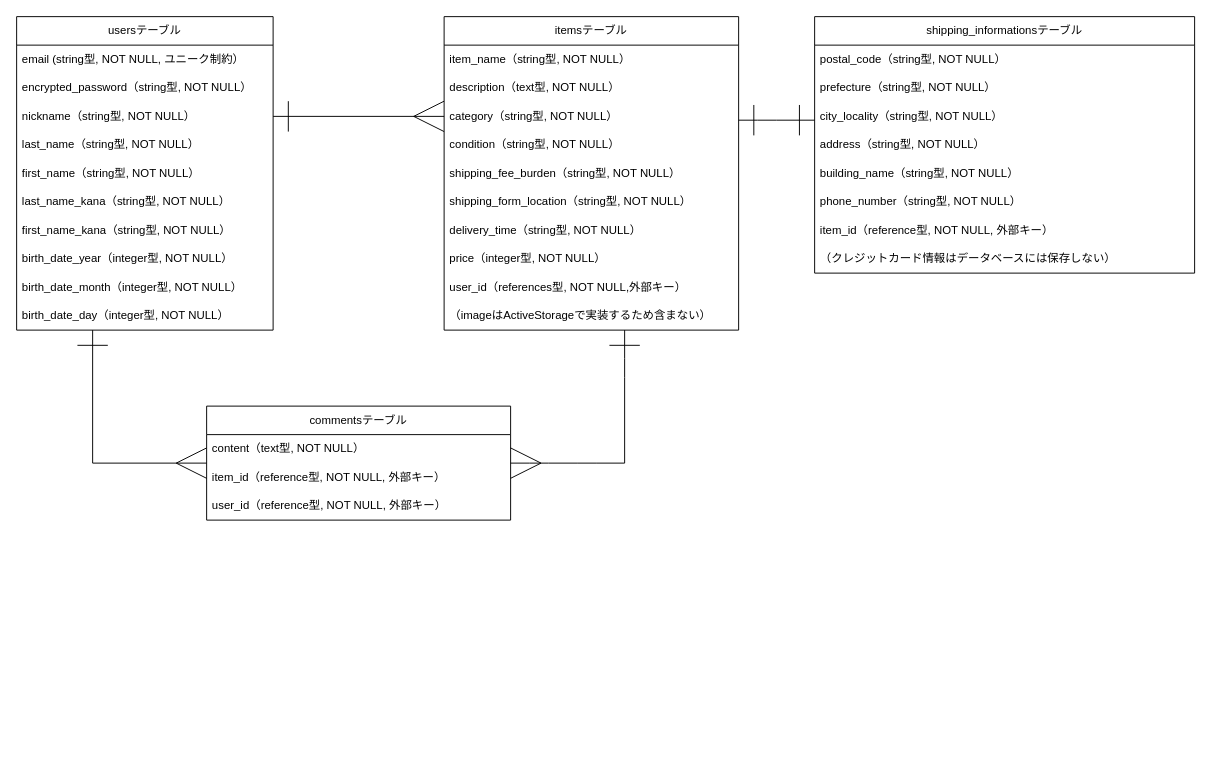
The draw.io diagram ER.dio in kakinotane77/furima-41868, before the edit. Source tidied: cells renumbered, new cells numbered last; positions are measured from the earlier drawing's top-left corner, leaving out a move shared by most shapes. Both pictures are drawn from the tidied source at 95%, with x=0, y=0 at pixel (16, 16).
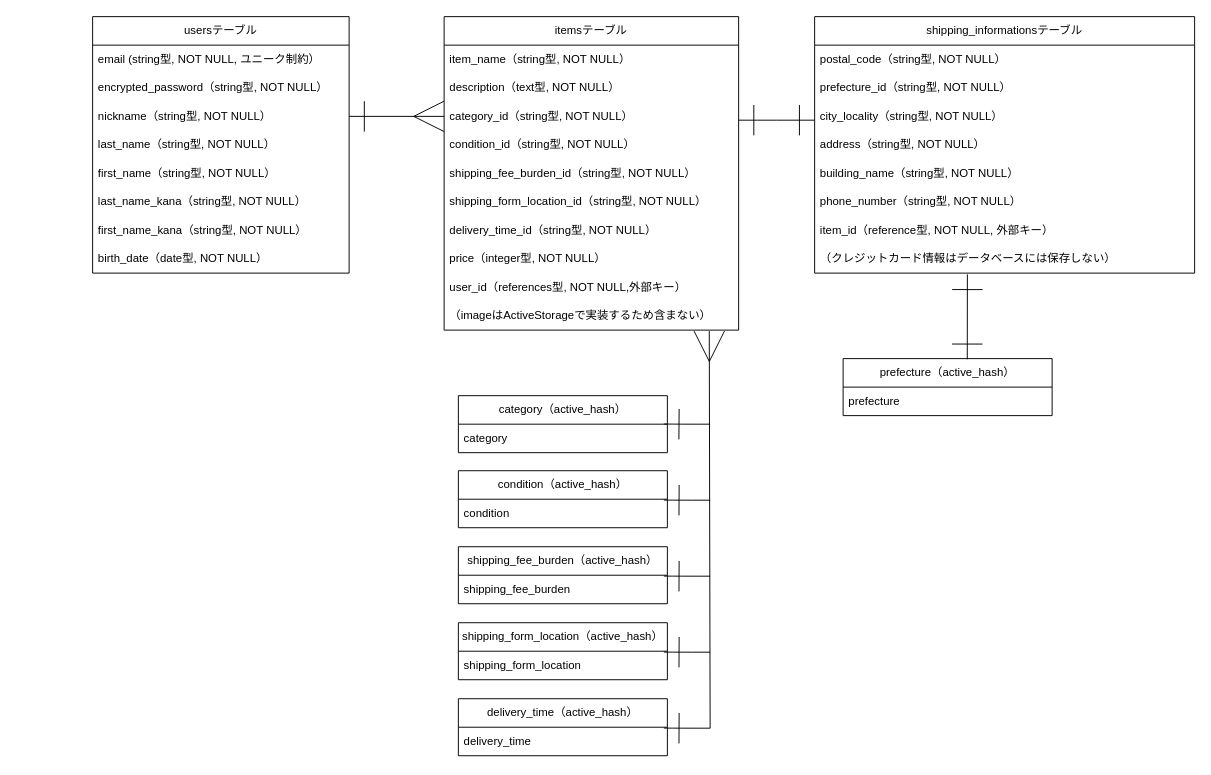
After the change.

Unchanged cells that the change refers to:
```xml
<mxCell id="13" value="itemsテーブル" style="swimlane;fontStyle=0;horizontal=1;startSize=30;whiteSpace=wrap;html=1;" parent="1" vertex="1">
  <mxGeometry x="450" width="310" height="330" as="geometry" />
</mxCell>
<mxCell id="33" value="shipping_informationsテーブル" style="swimlane;fontStyle=0;horizontal=1;startSize=30;whiteSpace=wrap;html=1;" parent="1" vertex="1">
  <mxGeometry x="840" width="400" height="270" as="geometry" />
</mxCell>
<mxCell id="41" value="（クレジットカード情報はデータベースには保存しない）" style="text;strokeColor=none;fillColor=none;align=left;verticalAlign=middle;spacingLeft=4;spacingRight=4;overflow=hidden;points=[[0,0.5],[1,0.5]];portConstraint=eastwest;whiteSpace=wrap;html=1;" parent="33" vertex="1">
  <mxGeometry y="240" width="400" height="30" as="geometry" />
</mxCell>
```

The edit, as a diff of the source:
```diff
@@
     <mxCell id="2" value="usersテーブル" style="swimlane;fontStyle=0;horizontal=1;startSize=30;whiteSpace=wrap;html=1;" parent="1" vertex="1">
-      <mxGeometry width="270" height="330" as="geometry" />
+      <mxGeometry x="80" width="270" height="270" as="geometry" />
     </mxCell>
@@
-    <mxCell id="10" value="birth_date_year（integer型, NOT NULL）" style="text;strokeColor=none;fillColor=none;align=left;verticalAlign=middle;spacingLeft=4;spacingRight=4;overflow=hidden;whiteSpace=wrap;html=1;" parent="2" vertex="1">
+    <mxCell id="10" value="birth_date（date型, NOT NULL）" style="text;strokeColor=none;fillColor=none;align=left;verticalAlign=middle;spacingLeft=4;spacingRight=4;overflow=hidden;whiteSpace=wrap;html=1;" parent="2" vertex="1">
       <mxGeometry y="240" width="270" height="30" as="geometry" />
     </mxCell>
-    <mxCell id="11" value="birth_date_month（integer型, NOT NULL）" style="text;strokeColor=none;fillColor=none;align=left;verticalAlign=middle;spacingLeft=4;spacingRight=4;overflow=hidden;whiteSpace=wrap;html=1;" parent="2" vertex="1">
-      <mxGeometry y="270" width="270" height="30" as="geometry" />
-    </mxCell>
-    <mxCell id="12" value="birth_date_day（integer型, NOT NULL）" style="text;strokeColor=none;fillColor=none;align=left;verticalAlign=middle;spacingLeft=4;spacingRight=4;overflow=hidden;whiteSpace=wrap;html=1;" parent="2" vertex="1">
-      <mxGeometry y="300" width="270" height="30" as="geometry" />
-    </mxCell>
@@
-    <mxCell id="16" value="category（string型, NOT NULL）" style="text;strokeColor=none;fillColor=none;align=left;verticalAlign=middle;spacingLeft=4;spacingRight=4;overflow=hidden;points=[[0,0.5],[1,0.5]];portConstraint=eastwest;whiteSpace=wrap;html=1;" parent="13" vertex="1">
+    <mxCell id="16" value="category_id（string型, NOT NULL）" style="text;strokeColor=none;fillColor=none;align=left;verticalAlign=middle;spacingLeft=4;spacingRight=4;overflow=hidden;points=[[0,0.5],[1,0.5]];portConstraint=eastwest;whiteSpace=wrap;html=1;" parent="13" vertex="1">
       <mxGeometry y="90" width="310" height="30" as="geometry" />
     </mxCell>
-    <mxCell id="17" value="condition（string型, NOT NULL）" style="text;strokeColor=none;fillColor=none;align=left;verticalAlign=middle;spacingLeft=4;spacingRight=4;overflow=hidden;whiteSpace=wrap;html=1;" parent="13" vertex="1">
+    <mxCell id="17" value="condition_id（string型, NOT NULL）" style="text;strokeColor=none;fillColor=none;align=left;verticalAlign=middle;spacingLeft=4;spacingRight=4;overflow=hidden;whiteSpace=wrap;html=1;" parent="13" vertex="1">
       <mxGeometry y="120" width="310" height="30" as="geometry" />
     </mxCell>
-    <mxCell id="18" value="shipping_fee_burden（string型, NOT NULL）" style="text;strokeColor=none;fillColor=none;align=left;verticalAlign=middle;spacingLeft=4;spacingRight=4;overflow=hidden;whiteSpace=wrap;html=1;" parent="13" vertex="1">
+    <mxCell id="18" value="shipping_fee_burden_id（string型, NOT NULL）" style="text;strokeColor=none;fillColor=none;align=left;verticalAlign=middle;spacingLeft=4;spacingRight=4;overflow=hidden;whiteSpace=wrap;html=1;" parent="13" vertex="1">
       <mxGeometry y="150" width="310" height="30" as="geometry" />
     </mxCell>
-    <mxCell id="19" value="shipping_form_location（string型, NOT NULL）" style="text;strokeColor=none;fillColor=none;align=left;verticalAlign=middle;spacingLeft=4;spacingRight=4;overflow=hidden;whiteSpace=wrap;html=1;" parent="13" vertex="1">
+    <mxCell id="19" value="shipping_form_location_id（string型, NOT NULL）" style="text;strokeColor=none;fillColor=none;align=left;verticalAlign=middle;spacingLeft=4;spacingRight=4;overflow=hidden;whiteSpace=wrap;html=1;" parent="13" vertex="1">
       <mxGeometry y="180" width="310" height="30" as="geometry" />
     </mxCell>
-    <mxCell id="20" value="delivery_time（string型, NOT NULL）" style="text;strokeColor=none;fillColor=none;align=left;verticalAlign=middle;spacingLeft=4;spacingRight=4;overflow=hidden;whiteSpace=wrap;html=1;" parent="13" vertex="1">
+    <mxCell id="20" value="delivery_time_id（string型, NOT NULL）" style="text;strokeColor=none;fillColor=none;align=left;verticalAlign=middle;spacingLeft=4;spacingRight=4;overflow=hidden;whiteSpace=wrap;html=1;" parent="13" vertex="1">
       <mxGeometry y="210" width="310" height="30" as="geometry" />
     </mxCell>
@@
-    <mxCell id="25" value="commentsテーブル" style="swimlane;fontStyle=0;horizontal=1;startSize=30;whiteSpace=wrap;html=1;" parent="1" vertex="1">
-      <mxGeometry x="200" y="410" width="320" height="120" as="geometry" />
-    </mxCell>
-    <mxCell id="26" value="content（text型, NOT NULL）" style="text;strokeColor=none;fillColor=none;align=left;verticalAlign=middle;spacingLeft=4;spacingRight=4;overflow=hidden;whiteSpace=wrap;html=1;" parent="25" vertex="1">
-      <mxGeometry y="30" width="320" height="30" as="geometry" />
-    </mxCell>
-    <mxCell id="27" value="item_id（reference型, NOT NULL, 外部キー）" style="text;strokeColor=none;fillColor=none;align=left;verticalAlign=middle;spacingLeft=4;spacingRight=4;overflow=hidden;whiteSpace=wrap;html=1;" parent="25" vertex="1">
-      <mxGeometry y="60" width="320" height="30" as="geometry" />
-    </mxCell>
-    <mxCell id="28" value="user_id（reference型, NOT NULL, 外部キー）" style="text;strokeColor=none;fillColor=none;align=left;verticalAlign=middle;spacingLeft=4;spacingRight=4;overflow=hidden;whiteSpace=wrap;html=1;" parent="25" vertex="1">
-      <mxGeometry y="90" width="320" height="30" as="geometry" />
-    </mxCell>
-    <mxCell id="29" style="edgeStyle=none;html=1;endArrow=ERmany;endFill=0;endSize=30;startArrow=none;startFill=0;startSize=30;entryX=1;entryY=0;entryDx=0;entryDy=0;entryPerimeter=0;" parent="1" edge="1">
-      <mxGeometry relative="1" as="geometry">
-        <mxPoint x="640" y="470" as="sourcePoint" />
-        <mxPoint x="520" y="470" as="targetPoint" />
-        <Array as="points">
-          <mxPoint x="600" y="470" />
-          <mxPoint x="550" y="470" />
-        </Array>
-      </mxGeometry>
-    </mxCell>
-    <mxCell id="30" style="endArrow=none;html=1;strokeWidth=1;startSize=30;endSize=30;startArrow=ERone;startFill=0;" parent="1" edge="1">
-      <mxGeometry relative="1" as="geometry">
-        <mxPoint x="640" y="330" as="sourcePoint" />
-        <mxPoint x="640" y="470" as="targetPoint" />
-        <Array as="points">
-          <mxPoint x="640" y="370" />
-        </Array>
-      </mxGeometry>
-    </mxCell>
-    <mxCell id="31" style="edgeStyle=none;html=1;endArrow=ERmany;endFill=0;endSize=30;startArrow=none;startFill=0;startSize=30;entryX=1;entryY=0;entryDx=0;entryDy=0;entryPerimeter=0;" parent="1" edge="1">
-      <mxGeometry relative="1" as="geometry">
-        <mxPoint x="80" y="470" as="sourcePoint" />
-        <mxPoint x="200" y="470" as="targetPoint" />
-      </mxGeometry>
-    </mxCell>
-    <mxCell id="32" style="endArrow=none;html=1;strokeWidth=1;startSize=30;endSize=30;startArrow=ERone;startFill=0;" parent="1" edge="1">
-      <mxGeometry relative="1" as="geometry">
-        <mxPoint x="80" y="330" as="sourcePoint" />
-        <mxPoint x="80" y="470" as="targetPoint" />
-      </mxGeometry>
-    </mxCell>
@@
-    <mxCell id="35" value="prefecture（string型, NOT NULL）" style="text;strokeColor=none;fillColor=none;align=left;verticalAlign=middle;spacingLeft=4;spacingRight=4;overflow=hidden;whiteSpace=wrap;html=1;" parent="33" vertex="1">
+    <mxCell id="35" value="prefecture_id（string型, NOT NULL）" style="text;strokeColor=none;fillColor=none;align=left;verticalAlign=middle;spacingLeft=4;spacingRight=4;overflow=hidden;whiteSpace=wrap;html=1;" parent="33" vertex="1">
       <mxGeometry y="60" width="400" height="30" as="geometry" />
     </mxCell>
@@
+    <mxCell id="43" value="&lt;span style=&quot;text-align: left;&quot;&gt;category（active_hash）&lt;/span&gt;" style="swimlane;fontStyle=0;horizontal=1;startSize=30;whiteSpace=wrap;html=1;" parent="1" vertex="1">
+      <mxGeometry x="465" y="399" width="220" height="60" as="geometry" />
+    </mxCell>
+    <mxCell id="44" value="category" style="text;strokeColor=none;fillColor=none;align=left;verticalAlign=middle;spacingLeft=4;spacingRight=4;overflow=hidden;points=[[0,0.5],[1,0.5]];portConstraint=eastwest;whiteSpace=wrap;html=1;" parent="43" vertex="1">
+      <mxGeometry y="30" width="220" height="30" as="geometry" />
+    </mxCell>
+    <mxCell id="45" value="&lt;span style=&quot;text-align: left;&quot;&gt;condition&lt;/span&gt;&lt;span style=&quot;text-align: left;&quot;&gt;（active_hash）&lt;/span&gt;" style="swimlane;fontStyle=0;horizontal=1;startSize=30;whiteSpace=wrap;html=1;" parent="1" vertex="1">
+      <mxGeometry x="465" y="478" width="220" height="60" as="geometry" />
+    </mxCell>
+    <mxCell id="46" value="condition" style="text;strokeColor=none;fillColor=none;align=left;verticalAlign=middle;spacingLeft=4;spacingRight=4;overflow=hidden;whiteSpace=wrap;html=1;" parent="45" vertex="1">
+      <mxGeometry y="30" width="220" height="30" as="geometry" />
+    </mxCell>
+    <mxCell id="47" value="&lt;span style=&quot;text-align: left;&quot;&gt;shipping_fee_burden&lt;/span&gt;&lt;span style=&quot;text-align: left;&quot;&gt;（active_hash）&lt;/span&gt;" style="swimlane;fontStyle=0;horizontal=1;startSize=30;whiteSpace=wrap;html=1;" parent="1" vertex="1">
+      <mxGeometry x="465" y="558" width="220" height="60" as="geometry" />
+    </mxCell>
+    <mxCell id="48" value="shipping_fee_burden" style="text;strokeColor=none;fillColor=none;align=left;verticalAlign=middle;spacingLeft=4;spacingRight=4;overflow=hidden;whiteSpace=wrap;html=1;" parent="47" vertex="1">
+      <mxGeometry y="30" width="220" height="30" as="geometry" />
+    </mxCell>
+    <mxCell id="49" value="&lt;span style=&quot;text-align: left;&quot;&gt;shipping_form_location&lt;/span&gt;&lt;span style=&quot;text-align: left;&quot;&gt;（active_hash）&lt;/span&gt;" style="swimlane;fontStyle=0;horizontal=1;startSize=30;whiteSpace=wrap;html=1;" parent="1" vertex="1">
+      <mxGeometry x="465" y="638" width="220" height="60" as="geometry" />
+    </mxCell>
+    <mxCell id="50" value="shipping_form_location" style="text;strokeColor=none;fillColor=none;align=left;verticalAlign=middle;spacingLeft=4;spacingRight=4;overflow=hidden;whiteSpace=wrap;html=1;" parent="49" vertex="1">
+      <mxGeometry y="30" width="220" height="30" as="geometry" />
+    </mxCell>
+    <mxCell id="51" value="&lt;span style=&quot;text-align: left;&quot;&gt;delivery_time&lt;/span&gt;&lt;span style=&quot;text-align: left;&quot;&gt;（active_hash）&lt;/span&gt;" style="swimlane;fontStyle=0;horizontal=1;startSize=30;whiteSpace=wrap;html=1;" parent="1" vertex="1">
+      <mxGeometry x="465" y="718" width="220" height="60" as="geometry" />
+    </mxCell>
+    <mxCell id="52" value="delivery_time" style="text;strokeColor=none;fillColor=none;align=left;verticalAlign=middle;spacingLeft=4;spacingRight=4;overflow=hidden;whiteSpace=wrap;html=1;" parent="51" vertex="1">
+      <mxGeometry y="30" width="220" height="30" as="geometry" />
+    </mxCell>
+    <mxCell id="53" value="&lt;span style=&quot;text-align: left;&quot;&gt;prefecture&lt;/span&gt;&lt;span style=&quot;text-align: left;&quot;&gt;（active_hash）&lt;/span&gt;" style="swimlane;fontStyle=0;horizontal=1;startSize=30;whiteSpace=wrap;html=1;" parent="1" vertex="1">
+      <mxGeometry x="870" y="360" width="220" height="60" as="geometry" />
+    </mxCell>
+    <mxCell id="54" value="prefecture" style="text;strokeColor=none;fillColor=none;align=left;verticalAlign=middle;spacingLeft=4;spacingRight=4;overflow=hidden;whiteSpace=wrap;html=1;" parent="53" vertex="1">
+      <mxGeometry y="30" width="220" height="30" as="geometry" />
+    </mxCell>
+    <mxCell id="55" style="endArrow=ERone;html=1;entryX=0.402;entryY=1.044;entryDx=0;entryDy=0;entryPerimeter=0;exitX=0.594;exitY=0.011;exitDx=0;exitDy=0;exitPerimeter=0;startArrow=ERone;startFill=0;endSize=30;startSize=30;endFill=0;" parent="1" edge="1" source="53" target="41">
+      <mxGeometry relative="1" as="geometry" />
+    </mxCell>
+    <mxCell id="56" style="endArrow=ERmany;html=1;startSize=30;endSize=30;entryX=0.894;entryY=1.1;entryDx=0;entryDy=0;entryPerimeter=0;endFill=0;" parent="1" edge="1">
+      <mxGeometry relative="1" as="geometry">
+        <mxPoint x="730" y="749" as="sourcePoint" />
+        <mxPoint x="729.1" y="331" as="targetPoint" />
+      </mxGeometry>
+    </mxCell>
+    <mxCell id="57" style="endArrow=none;html=1;startSize=30;endSize=30;exitX=0.983;exitY=-0.005;exitDx=0;exitDy=0;exitPerimeter=0;startArrow=ERone;startFill=0;" parent="1" edge="1" source="44">
+      <mxGeometry relative="1" as="geometry">
+        <mxPoint x="730" y="429" as="targetPoint" />
+        <Array as="points">
+          <mxPoint x="700" y="429" />
+        </Array>
+      </mxGeometry>
+    </mxCell>
+    <mxCell id="58" style="endArrow=none;html=1;startSize=30;endSize=30;exitX=0.983;exitY=-0.005;exitDx=0;exitDy=0;exitPerimeter=0;startArrow=ERone;startFill=0;" parent="1" edge="1">
+      <mxGeometry relative="1" as="geometry">
+        <mxPoint x="681.3" y="508.9" as="sourcePoint" />
+        <mxPoint x="730" y="509" as="targetPoint" />
+        <Array as="points">
+          <mxPoint x="700" y="509" />
+        </Array>
+      </mxGeometry>
+    </mxCell>
+    <mxCell id="59" style="endArrow=none;html=1;startSize=30;endSize=30;exitX=0.983;exitY=-0.005;exitDx=0;exitDy=0;exitPerimeter=0;startArrow=ERone;startFill=0;" parent="1" edge="1">
+      <mxGeometry relative="1" as="geometry">
+        <mxPoint x="681.3" y="588.9" as="sourcePoint" />
+        <mxPoint x="730" y="589" as="targetPoint" />
+        <Array as="points">
+          <mxPoint x="700" y="589" />
+        </Array>
+      </mxGeometry>
+    </mxCell>
+    <mxCell id="60" style="endArrow=none;html=1;startSize=30;endSize=30;exitX=0.983;exitY=-0.005;exitDx=0;exitDy=0;exitPerimeter=0;startArrow=ERone;startFill=0;" parent="1" edge="1">
+      <mxGeometry relative="1" as="geometry">
+        <mxPoint x="681.3" y="668.9" as="sourcePoint" />
+        <mxPoint x="730" y="669" as="targetPoint" />
+        <Array as="points">
+          <mxPoint x="700" y="669" />
+        </Array>
+      </mxGeometry>
+    </mxCell>
+    <mxCell id="61" style="endArrow=none;html=1;startSize=30;endSize=30;exitX=0.983;exitY=-0.005;exitDx=0;exitDy=0;exitPerimeter=0;startArrow=ERone;startFill=0;" parent="1" edge="1">
+      <mxGeometry relative="1" as="geometry">
+        <mxPoint x="681.3" y="748.9" as="sourcePoint" />
+        <mxPoint x="730" y="749" as="targetPoint" />
+        <Array as="points">
+          <mxPoint x="700" y="749" />
+        </Array>
+      </mxGeometry>
+    </mxCell>
```
